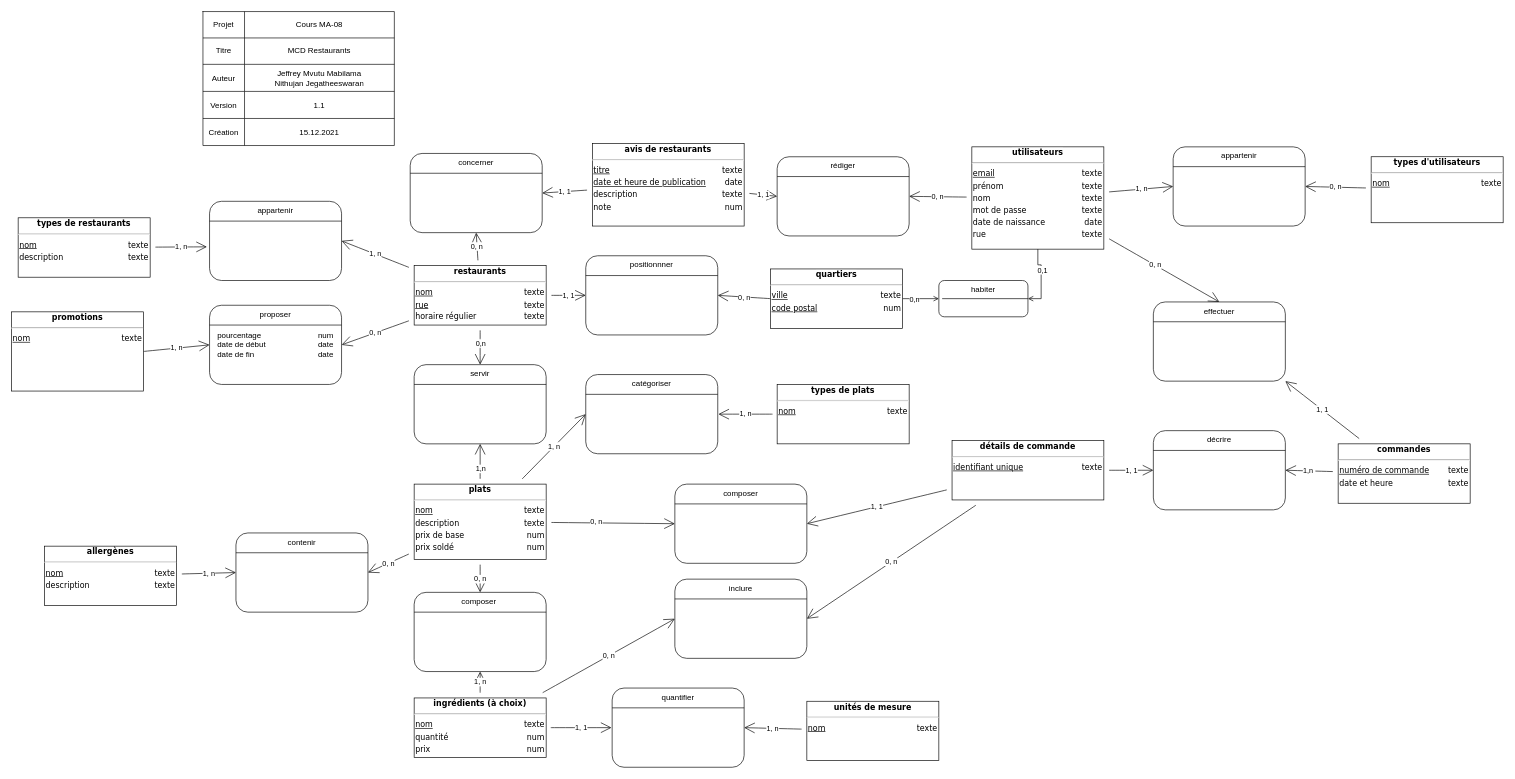
Earlier version of the draw.io diagram travail/MCD_v1-0.drawio (J-Nithujan/MA-08-Modele-Restaurants). Source tidied: cells renumbered, new cells numbered last; positions are measured from the earlier drawing's top-left corner, leaving out a move shared by most shapes. Both pictures are drawn from the tidied source at 66%, with x=0, y=0 at pixel (11, 11).
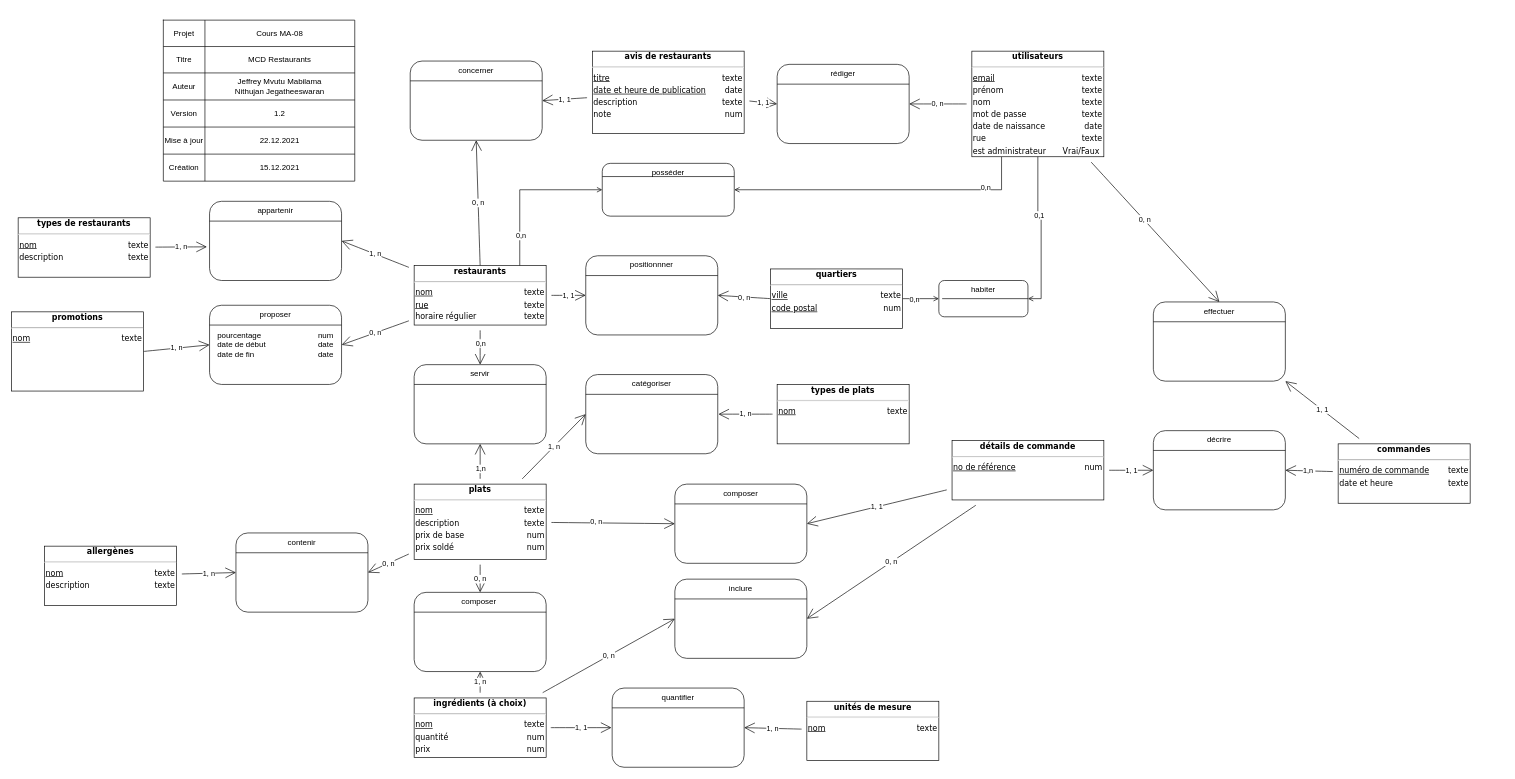
After the change.

Unchanged cells that the change refers to:
```xml
<mxCell id="12" style="shape=partialRectangle;html=1;whiteSpace=wrap;fillColor=none;top=0;left=0;bottom=0;right=0;" parent="2" vertex="1">
  <mxGeometry y="121" width="290" height="41" as="geometry" />
</mxCell>
<mxCell id="24" value="&lt;div style=&quot;box-sizing: border-box ; width: 100% ; padding: 2px&quot;&gt;&lt;span style=&quot;background-color: rgb(255 , 255 , 255)&quot;&gt;&lt;b&gt;restaurants&lt;/b&gt;&lt;/span&gt;&lt;/div&gt;&lt;hr&gt;&lt;table style=&quot;width: 100% ; font-size: 1em&quot; cellpadding=&quot;2&quot; cellspacing=&quot;0&quot;&gt;&lt;tbody&gt;&lt;tr&gt;&lt;td style=&quot;text-align: left&quot;&gt;&lt;u&gt;nom&lt;/u&gt;&lt;/td&gt;&lt;td style=&quot;text-align: right&quot;&gt;texte&lt;br&gt;&lt;/td&gt;&lt;/tr&gt;&lt;tr&gt;&lt;td style=&quot;text-align: left&quot;&gt;&lt;u&gt;rue&lt;/u&gt;&lt;/td&gt;&lt;td style=&quot;text-align: right&quot;&gt;texte&lt;br&gt;&lt;/td&gt;&lt;/tr&gt;&lt;tr&gt;&lt;td style=&quot;text-align: left&quot;&gt;horaire régulier&lt;/td&gt;&lt;td style=&quot;text-align: right&quot;&gt;texte&lt;/td&gt;&lt;/tr&gt;&lt;/tbody&gt;&lt;/table&gt;" style="verticalAlign=top;align=center;overflow=fill;html=1;rounded=0;shadow=0;comic=0;labelBackgroundColor=none;strokeColor=#000000;strokeWidth=1;fillColor=#ffffff;fontFamily=Verdana;fontSize=12;fontColor=#000000;" parent="1" vertex="1">
  <mxGeometry x="610" y="385" width="200" height="90" as="geometry" />
</mxCell>
```

What changed in the source:
```diff
@@
     <mxCell id="2" style="shape=table;html=1;whiteSpace=wrap;startSize=0;childLayout=tableLayout;align=right;" parent="1" vertex="1">
-      <mxGeometry x="290" width="290" height="203" as="geometry" />
+      <mxGeometry x="230" y="13" width="290" height="244" as="geometry" />
     </mxCell>
@@
-    <mxCell id="14" value="1.1" style="shape=partialRectangle;html=1;whiteSpace=wrap;fillColor=none;top=0;left=0;bottom=0;right=0;overflow=hidden;" parent="12" vertex="1">
+    <mxCell id="14" value="1.2" style="shape=partialRectangle;html=1;whiteSpace=wrap;fillColor=none;top=0;left=0;bottom=0;right=0;overflow=hidden;" parent="12" vertex="1">
       <mxGeometry x="63" width="227" height="41" as="geometry" />
     </mxCell>
+    <mxCell id="104" style="shape=partialRectangle;html=1;whiteSpace=wrap;fillColor=none;top=0;left=0;bottom=0;right=0;" parent="2" vertex="1">
+      <mxGeometry y="162" width="290" height="41" as="geometry" />
+    </mxCell>
+    <mxCell id="105" value="Mise à jour" style="shape=partialRectangle;html=1;whiteSpace=wrap;fillColor=none;top=0;left=0;bottom=0;right=0;overflow=hidden;" parent="104" vertex="1">
+      <mxGeometry width="63" height="41" as="geometry" />
+    </mxCell>
+    <mxCell id="106" value="22.12.2021" style="shape=partialRectangle;html=1;whiteSpace=wrap;fillColor=none;top=0;left=0;bottom=0;right=0;overflow=hidden;" parent="104" vertex="1">
+      <mxGeometry x="63" width="227" height="41" as="geometry" />
+    </mxCell>
     <mxCell id="15" style="shape=partialRectangle;html=1;whiteSpace=wrap;fillColor=none;top=0;left=0;bottom=0;right=0;" parent="2" vertex="1">
-      <mxGeometry y="162" width="290" height="41" as="geometry" />
+      <mxGeometry y="203" width="290" height="41" as="geometry" />
     </mxCell>
@@
-    <mxCell id="19" value="0, n" style="edgeStyle=none;curved=1;rounded=0;jettySize=auto;html=1;entryX=0.5;entryY=1;entryDx=0;entryDy=0;endArrow=open;startSize=14;endSize=14;sourcePerimeterSpacing=8;targetPerimeterSpacing=8;" parent="1" edge="1" source="24" target="80">
+    <mxCell id="19" value="0, n" style="edgeStyle=none;curved=1;rounded=0;jettySize=auto;html=1;entryX=0.5;entryY=1;entryDx=0;entryDy=0;endArrow=open;startSize=14;endSize=14;sourcePerimeterSpacing=8;targetPerimeterSpacing=8;exitX=0.5;exitY=0;exitDx=0;exitDy=0;" parent="1" edge="1" source="24" target="80">
       <mxGeometry relative="1" as="geometry" />
     </mxCell>
@@
+    <mxCell id="107" style="edgeStyle=orthogonalEdgeStyle;rounded=0;jettySize=auto;html=1;entryX=0;entryY=0.5;entryDx=0;entryDy=0;endArrow=open;endFill=0;" parent="1" edge="1" source="24" target="111">
+      <mxGeometry relative="1" as="geometry">
+        <Array as="points">
+          <mxPoint x="770" y="270" />
+        </Array>
+      </mxGeometry>
+    </mxCell>
+    <mxCell id="108" value="0,n" style="edgeLabel;html=1;align=center;verticalAlign=middle;" parent="107" vertex="1">
+      <mxGeometry x="-0.62" y="-1" relative="1" as="geometry" />
+    </mxCell>
@@
     <mxCell id="41" value="&lt;div style=&quot;box-sizing: border-box ; width: 100% ; padding: 2px&quot;&gt;&lt;span style=&quot;background-color: rgb(255 , 255 , 255)&quot;&gt;&lt;b&gt;avis de restaurants&lt;/b&gt;&lt;/span&gt;&lt;/div&gt;&lt;hr&gt;&lt;table style=&quot;width: 100% ; font-size: 1em&quot; cellpadding=&quot;2&quot; cellspacing=&quot;0&quot;&gt;&lt;tbody&gt;&lt;tr&gt;&lt;td style=&quot;text-align: left&quot;&gt;&lt;u&gt;titre&lt;/u&gt;&lt;/td&gt;&lt;td style=&quot;text-align: right&quot;&gt;texte&lt;br&gt;&lt;/td&gt;&lt;/tr&gt;&lt;tr&gt;&lt;td style=&quot;text-align: left&quot;&gt;&lt;u&gt;date et heure de publication&lt;/u&gt;&lt;/td&gt;&lt;td style=&quot;text-align: right&quot;&gt;date&lt;br&gt;&lt;/td&gt;&lt;/tr&gt;&lt;tr&gt;&lt;td style=&quot;text-align: left&quot;&gt;description&lt;/td&gt;&lt;td style=&quot;text-align: right&quot;&gt;texte&lt;/td&gt;&lt;/tr&gt;&lt;tr&gt;&lt;td style=&quot;text-align: left&quot;&gt;note&lt;/td&gt;&lt;td style=&quot;text-align: right&quot;&gt;num&lt;/td&gt;&lt;/tr&gt;&lt;/tbody&gt;&lt;/table&gt;" style="verticalAlign=top;align=center;overflow=fill;html=1;rounded=0;shadow=0;comic=0;labelBackgroundColor=none;strokeColor=#000000;strokeWidth=1;fillColor=#ffffff;fontFamily=Verdana;fontSize=12;fontColor=#000000;" parent="1" vertex="1">
-      <mxGeometry x="880" y="200" width="230" height="125" as="geometry" />
+      <mxGeometry x="880" y="60" width="230" height="125" as="geometry" />
     </mxCell>
@@
-    <mxCell id="49" value="0, n" style="edgeStyle=none;curved=1;rounded=0;jettySize=auto;html=1;entryX=1;entryY=0.5;entryDx=0;entryDy=0;endArrow=open;startSize=14;endSize=14;sourcePerimeterSpacing=8;targetPerimeterSpacing=8;" parent="1" edge="1" source="50" target="88">
-      <mxGeometry relative="1" as="geometry" />
-    </mxCell>
-    <mxCell id="50" value="&lt;div style=&quot;box-sizing: border-box ; width: 100% ; padding: 2px&quot;&gt;&lt;span style=&quot;background-color: rgb(255 , 255 , 255)&quot;&gt;&lt;b&gt;types d'utilisateurs&lt;/b&gt;&lt;/span&gt;&lt;/div&gt;&lt;hr&gt;&lt;table style=&quot;width: 100% ; font-size: 1em&quot; cellpadding=&quot;2&quot; cellspacing=&quot;0&quot;&gt;&lt;tbody&gt;&lt;tr&gt;&lt;td style=&quot;text-align: left&quot;&gt;&lt;u&gt;nom&lt;br&gt;&lt;/u&gt;&lt;/td&gt;&lt;td style=&quot;text-align: right&quot;&gt;texte&lt;br&gt;&lt;/td&gt;&lt;/tr&gt;&lt;/tbody&gt;&lt;/table&gt;" style="verticalAlign=top;align=center;overflow=fill;html=1;rounded=0;shadow=0;comic=0;labelBackgroundColor=none;strokeColor=#000000;strokeWidth=1;fillColor=#ffffff;fontFamily=Verdana;fontSize=12;fontColor=#000000;" parent="1" vertex="1">
-      <mxGeometry x="2060" y="220" width="200" height="100" as="geometry" />
-    </mxCell>
@@
-    <mxCell id="52" value="1, n" style="edgeStyle=none;curved=1;rounded=0;jettySize=auto;html=1;entryX=0;entryY=0.5;entryDx=0;entryDy=0;endArrow=open;startSize=14;endSize=14;sourcePerimeterSpacing=8;targetPerimeterSpacing=8;" parent="1" edge="1" source="55" target="88">
-      <mxGeometry relative="1" as="geometry" />
-    </mxCell>
@@
+    <mxCell id="109" style="edgeStyle=orthogonalEdgeStyle;rounded=0;jettySize=auto;html=1;entryX=1;entryY=0.5;entryDx=0;entryDy=0;endArrow=open;endFill=0;" parent="1" edge="1" source="55" target="111">
+      <mxGeometry relative="1" as="geometry">
+        <Array as="points">
+          <mxPoint x="1500" y="270" />
+        </Array>
+      </mxGeometry>
+    </mxCell>
+    <mxCell id="110" value="0,n" style="edgeLabel;html=1;align=center;verticalAlign=middle;" parent="109" vertex="1">
+      <mxGeometry x="-0.67" y="-4" relative="1" as="geometry" />
+    </mxCell>
-    <mxCell id="55" value="&lt;div style=&quot;box-sizing: border-box ; width: 100% ; padding: 2px&quot;&gt;&lt;span style=&quot;background-color: rgb(255 , 255 , 255)&quot;&gt;&lt;b&gt;utilisateurs&lt;/b&gt;&lt;/span&gt;&lt;/div&gt;&lt;hr&gt;&lt;table style=&quot;width: 100% ; font-size: 1em&quot; cellpadding=&quot;2&quot; cellspacing=&quot;0&quot;&gt;&lt;tbody&gt;&lt;tr&gt;&lt;td style=&quot;text-align: left&quot;&gt;&lt;u&gt;email&lt;/u&gt;&lt;/td&gt;&lt;td style=&quot;text-align: right&quot;&gt;texte&lt;/td&gt;&lt;/tr&gt;&lt;tr&gt;&lt;td style=&quot;text-align: left&quot;&gt;prénom&lt;/td&gt;&lt;td style=&quot;text-align: right&quot;&gt;texte&lt;br&gt;&lt;/td&gt;&lt;/tr&gt;&lt;tr&gt;&lt;td style=&quot;text-align: left&quot;&gt;nom&lt;br&gt;&lt;/td&gt;&lt;td style=&quot;text-align: right&quot;&gt;texte&lt;br&gt;&lt;/td&gt;&lt;/tr&gt;&lt;tr&gt;&lt;td style=&quot;text-align: left&quot;&gt;mot de passe&lt;/td&gt;&lt;td style=&quot;text-align: right&quot;&gt;texte&lt;/td&gt;&lt;/tr&gt;&lt;tr&gt;&lt;td style=&quot;text-align: left&quot;&gt;date de naissance&lt;/td&gt;&lt;td style=&quot;text-align: right&quot;&gt;date&lt;/td&gt;&lt;/tr&gt;&lt;tr&gt;&lt;td style=&quot;text-align: left&quot;&gt;rue&lt;/td&gt;&lt;td style=&quot;text-align: right&quot;&gt;texte&lt;/td&gt;&lt;/tr&gt;&lt;/tbody&gt;&lt;/table&gt;" style="verticalAlign=top;align=center;overflow=fill;html=1;rounded=0;shadow=0;comic=0;labelBackgroundColor=none;strokeColor=#000000;strokeWidth=1;fillColor=#ffffff;fontFamily=Verdana;fontSize=12;fontColor=#000000;" parent="1" vertex="1">
-      <mxGeometry x="1455" y="205" width="200" height="155" as="geometry" />
+    <mxCell id="55" value="&lt;div style=&quot;box-sizing: border-box ; width: 100% ; padding: 2px&quot;&gt;&lt;span style=&quot;background-color: rgb(255 , 255 , 255)&quot;&gt;&lt;b&gt;utilisateurs&lt;/b&gt;&lt;/span&gt;&lt;/div&gt;&lt;hr&gt;&lt;table style=&quot;width: 100% ; font-size: 1em&quot; cellpadding=&quot;2&quot; cellspacing=&quot;0&quot;&gt;&lt;tbody&gt;&lt;tr&gt;&lt;td style=&quot;text-align: left&quot;&gt;&lt;u&gt;email&lt;/u&gt;&lt;/td&gt;&lt;td style=&quot;text-align: right&quot;&gt;texte&lt;/td&gt;&lt;/tr&gt;&lt;tr&gt;&lt;td style=&quot;text-align: left&quot;&gt;prénom&lt;/td&gt;&lt;td style=&quot;text-align: right&quot;&gt;texte&lt;br&gt;&lt;/td&gt;&lt;/tr&gt;&lt;tr&gt;&lt;td style=&quot;text-align: left&quot;&gt;nom&lt;br&gt;&lt;/td&gt;&lt;td style=&quot;text-align: right&quot;&gt;texte&lt;br&gt;&lt;/td&gt;&lt;/tr&gt;&lt;tr&gt;&lt;td style=&quot;text-align: left&quot;&gt;mot de passe&lt;/td&gt;&lt;td style=&quot;text-align: right&quot;&gt;texte&lt;/td&gt;&lt;/tr&gt;&lt;tr&gt;&lt;td style=&quot;text-align: left&quot;&gt;date de naissance&lt;/td&gt;&lt;td style=&quot;text-align: right&quot;&gt;date&lt;/td&gt;&lt;/tr&gt;&lt;tr&gt;&lt;td style=&quot;text-align: left&quot;&gt;rue&lt;/td&gt;&lt;td style=&quot;text-align: right&quot;&gt;texte&lt;/td&gt;&lt;/tr&gt;&lt;tr&gt;&lt;td style=&quot;text-align: left&quot;&gt;est administrateur&lt;/td&gt;&lt;td&gt;Vrai/Faux&lt;/td&gt;&lt;/tr&gt;&lt;/tbody&gt;&lt;/table&gt;" style="verticalAlign=top;align=center;overflow=fill;html=1;rounded=0;shadow=0;comic=0;labelBackgroundColor=none;strokeColor=#000000;strokeWidth=1;fillColor=#ffffff;fontFamily=Verdana;fontSize=12;fontColor=#000000;" parent="1" vertex="1">
+      <mxGeometry x="1455" y="60" width="200" height="160" as="geometry" />
     </mxCell>
@@
-    <mxCell id="67" value="&lt;div style=&quot;box-sizing: border-box ; width: 100% ; padding: 2px&quot;&gt;&lt;span style=&quot;background-color: rgb(255 , 255 , 255)&quot;&gt;&lt;b&gt;détails de commande&lt;/b&gt;&lt;/span&gt;&lt;/div&gt;&lt;hr&gt;&lt;table style=&quot;width: 100% ; font-size: 1em&quot; cellpadding=&quot;2&quot; cellspacing=&quot;0&quot;&gt;&lt;tbody&gt;&lt;tr&gt;&lt;td style=&quot;text-align: left&quot;&gt;&lt;u&gt;identifiant unique&lt;/u&gt;&lt;/td&gt;&lt;td style=&quot;text-align: right&quot;&gt;texte&lt;br&gt;&lt;/td&gt;&lt;/tr&gt;&lt;/tbody&gt;&lt;/table&gt;" style="verticalAlign=top;align=center;overflow=fill;html=1;rounded=0;shadow=0;comic=0;labelBackgroundColor=none;strokeColor=#000000;strokeWidth=1;fillColor=#ffffff;fontFamily=Verdana;fontSize=12;fontColor=#000000;" parent="1" vertex="1">
+    <mxCell id="67" value="&lt;div style=&quot;box-sizing: border-box ; width: 100% ; padding: 2px&quot;&gt;&lt;span style=&quot;background-color: rgb(255 , 255 , 255)&quot;&gt;&lt;b&gt;détails de commande&lt;/b&gt;&lt;/span&gt;&lt;/div&gt;&lt;hr&gt;&lt;table style=&quot;width: 100% ; font-size: 1em&quot; cellpadding=&quot;2&quot; cellspacing=&quot;0&quot;&gt;&lt;tbody&gt;&lt;tr&gt;&lt;td style=&quot;text-align: left&quot;&gt;&lt;u&gt;no de référence&lt;/u&gt;&lt;/td&gt;&lt;td style=&quot;text-align: right&quot;&gt;num&lt;br&gt;&lt;/td&gt;&lt;/tr&gt;&lt;/tbody&gt;&lt;/table&gt;" style="verticalAlign=top;align=center;overflow=fill;html=1;rounded=0;shadow=0;comic=0;labelBackgroundColor=none;strokeColor=#000000;strokeWidth=1;fillColor=#ffffff;fontFamily=Verdana;fontSize=12;fontColor=#000000;" parent="1" vertex="1">
       <mxGeometry x="1425" y="650" width="230" height="90" as="geometry" />
     </mxCell>
@@
     <mxCell id="70" value="rédiger" style="rounded=1;whiteSpace=wrap;html=1;verticalAlign=top;" parent="1" vertex="1">
-      <mxGeometry x="1160" y="220" width="200" height="120" as="geometry" />
+      <mxGeometry x="1160" y="80" width="200" height="120" as="geometry" />
     </mxCell>
-    <mxCell id="71" style="endArrow=none;html=1;exitX=0;exitY=0.25;exitDx=0;exitDy=0;entryX=1;entryY=0.25;entryDx=0;entryDy=0;rounded=0;" parent="1" edge="1" target="70">
-      <mxGeometry relative="1" as="geometry">
-        <mxPoint x="1160" y="250" as="sourcePoint" />
-      </mxGeometry>
+    <mxCell id="71" style="endArrow=none;html=1;exitX=0;exitY=0.25;exitDx=0;exitDy=0;entryX=1;entryY=0.25;entryDx=0;entryDy=0;rounded=0;" parent="1" edge="1" source="70" target="70">
+      <mxGeometry relative="1" as="geometry" />
     </mxCell>
@@
     <mxCell id="80" value="concerner" style="rounded=1;whiteSpace=wrap;html=1;verticalAlign=top;" parent="1" vertex="1">
-      <mxGeometry x="604" y="215" width="200" height="120" as="geometry" />
+      <mxGeometry x="604" y="75" width="200" height="120" as="geometry" />
     </mxCell>
-    <mxCell id="81" style="endArrow=none;html=1;exitX=0;exitY=0.25;exitDx=0;exitDy=0;entryX=1;entryY=0.25;entryDx=0;entryDy=0;rounded=0;" parent="1" edge="1" target="80">
-      <mxGeometry relative="1" as="geometry">
-        <mxPoint x="604" y="245" as="sourcePoint" />
-      </mxGeometry>
+    <mxCell id="81" style="endArrow=none;html=1;exitX=0;exitY=0.25;exitDx=0;exitDy=0;entryX=1;entryY=0.25;entryDx=0;entryDy=0;rounded=0;" parent="1" edge="1" source="80" target="80">
+      <mxGeometry relative="1" as="geometry" />
     </mxCell>
@@
-    <mxCell id="88" value="appartenir" style="rounded=1;whiteSpace=wrap;html=1;verticalAlign=top;" parent="1" vertex="1">
-      <mxGeometry x="1760" y="205" width="200" height="120" as="geometry" />
-    </mxCell>
-    <mxCell id="89" style="endArrow=none;html=1;exitX=0;exitY=0.25;exitDx=0;exitDy=0;entryX=1;entryY=0.25;entryDx=0;entryDy=0;rounded=0;" parent="1" edge="1" target="88">
-      <mxGeometry relative="1" as="geometry">
-        <mxPoint x="1760" y="235" as="sourcePoint" />
-      </mxGeometry>
-    </mxCell>
@@
+    <mxCell id="111" value="posséder" style="rounded=1;whiteSpace=wrap;html=1;verticalAlign=top;" parent="1" vertex="1">
+      <mxGeometry x="895" y="230" width="200" height="80" as="geometry" />
+    </mxCell>
+    <mxCell id="112" style="endArrow=none;html=1;exitX=0;exitY=0.25;exitDx=0;exitDy=0;entryX=1;entryY=0.25;entryDx=0;entryDy=0;rounded=0;" parent="1" edge="1" source="111" target="111">
+      <mxGeometry relative="1" as="geometry" />
+    </mxCell>
```
